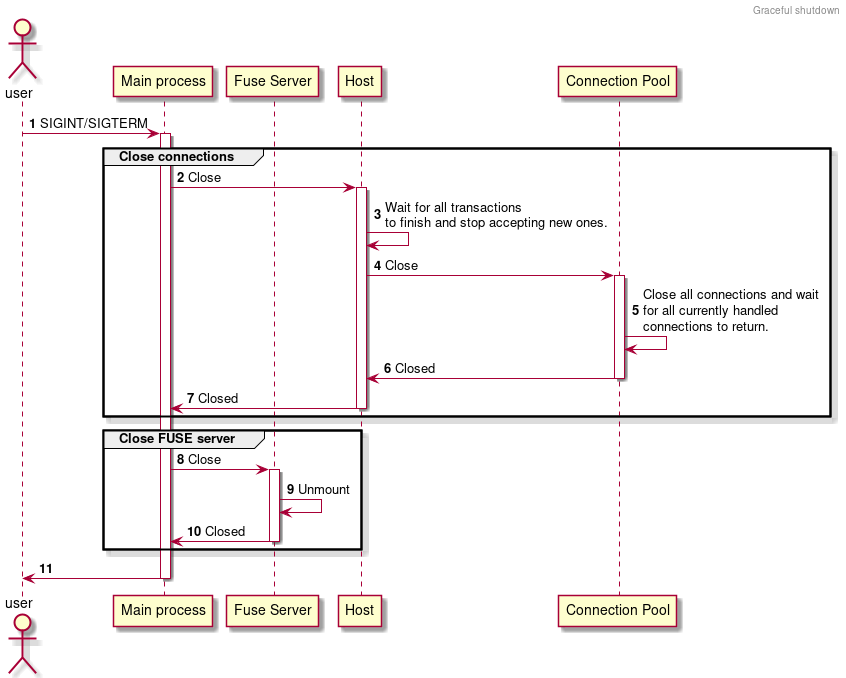
The PlantUML diagram docs/graceful_shutdown.png in Zamerykanizowana/replicated-file-system, before a commit.
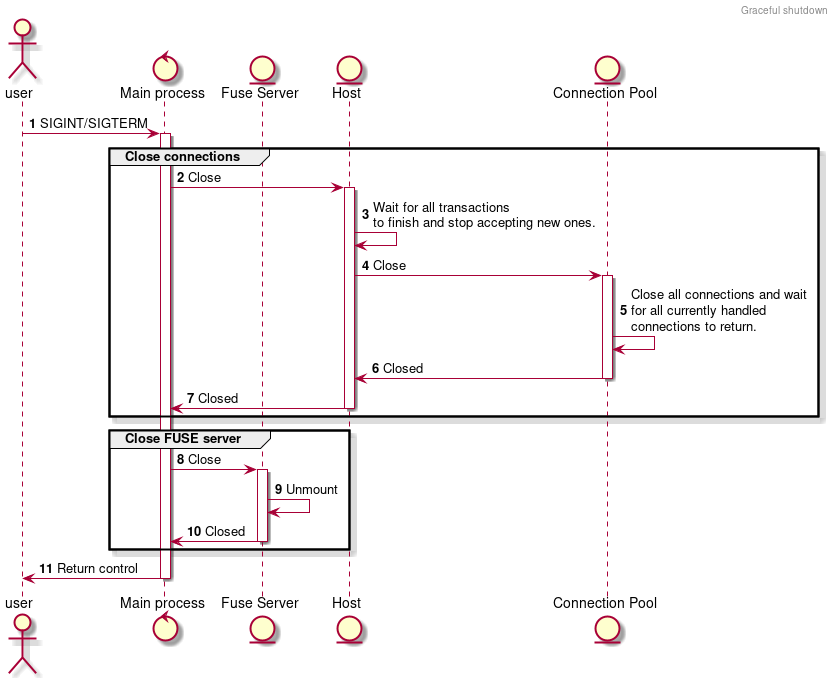
After the change.

Commit message:
add replication diagram

The edit, as a diff of the source:
```diff
@@ -5,10 +5,10 @@
 header Graceful shutdown
 
 actor user
-participant "Main process" as main
-participant "Fuse Server" as server
-participant "Host" as host
-participant "Connection Pool" as pool
+control "Main process" as main
+entity "Fuse Server" as server
+entity "Host" as host
+entity "Connection Pool" as pool
 
 autonumber
 
@@ -29,6 +29,6 @@
     server -> main -- : Closed
 end
 
-main -> user --
+main -> user -- : Return control
 
 @enduml
```
